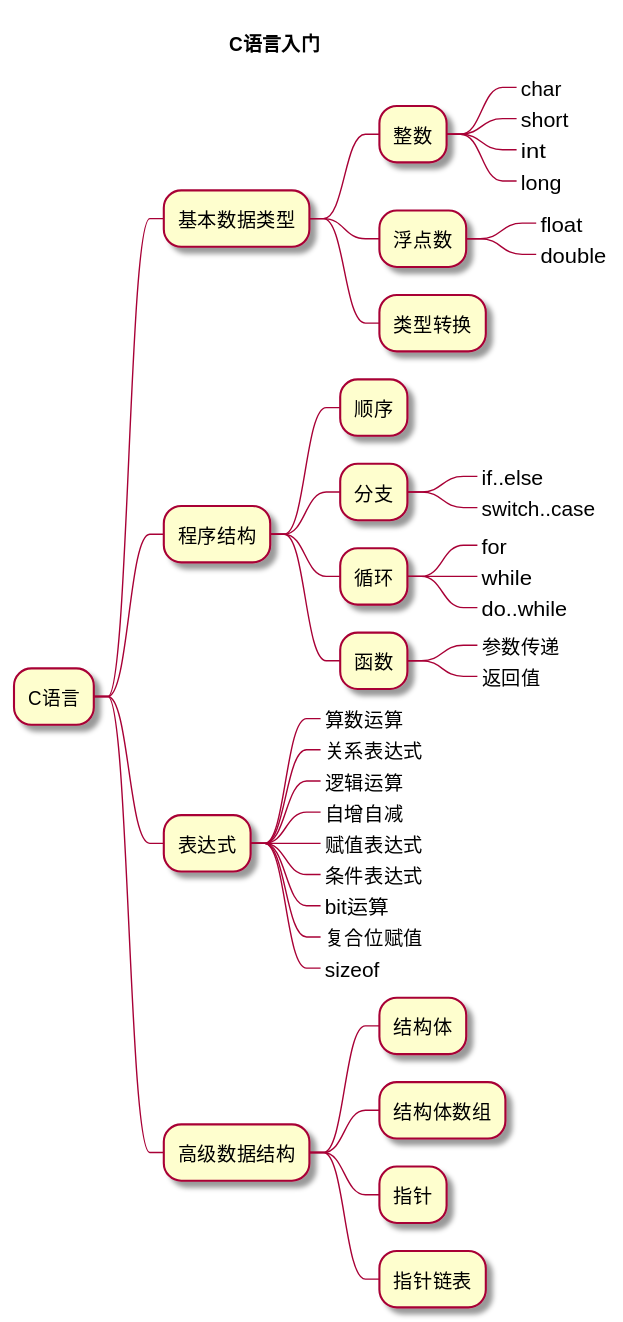
DHZ20/c keeps this PlantUML diagram as img/overview.svg. Above is the earlier version.
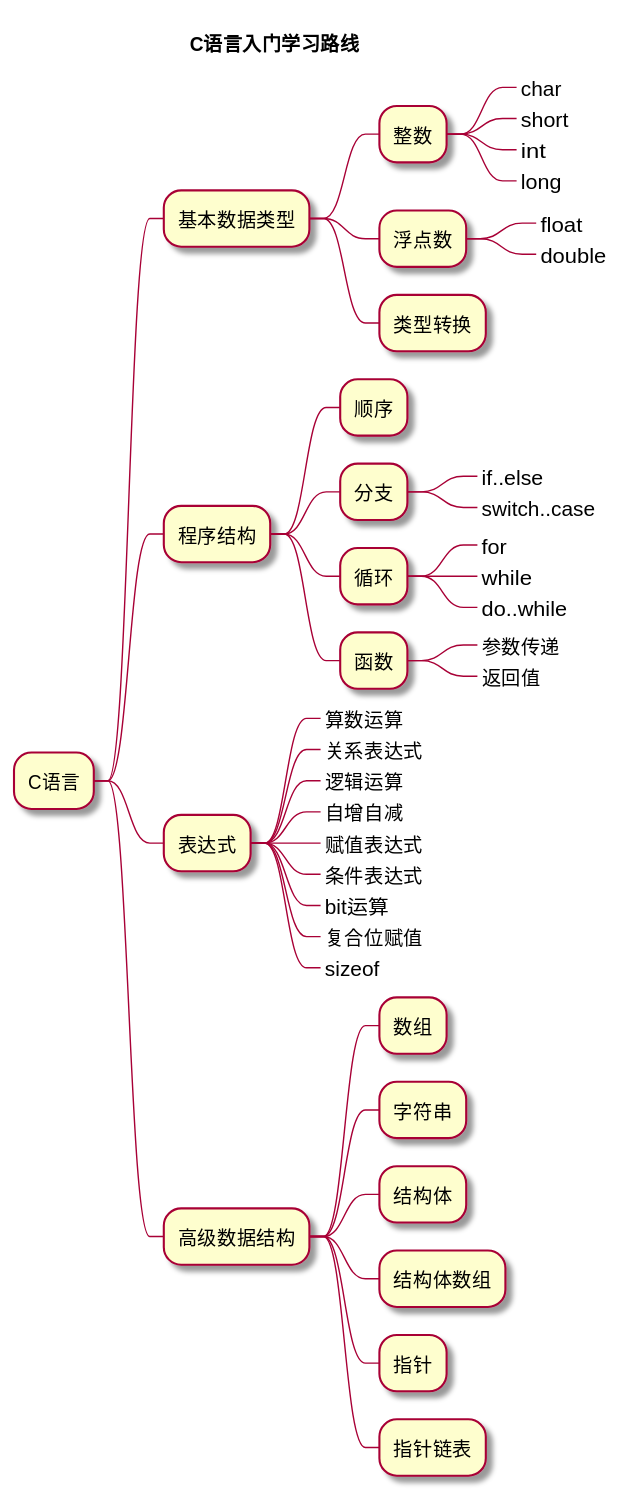
Later version of the same file.

Change to the diagram source:
```diff
@@ -1,5 +1,5 @@
 @startmindmap
-title C语言入门
+title C语言入门学习路线
 * C语言
 ** 基本数据类型
 *** 整数
@@ -34,6 +34,8 @@
 ***_ 复合位赋值
 ***_ sizeof
 ** 高级数据结构
+*** 数组
+*** 字符串
 *** 结构体
 *** 结构体数组
 *** 指针
```
